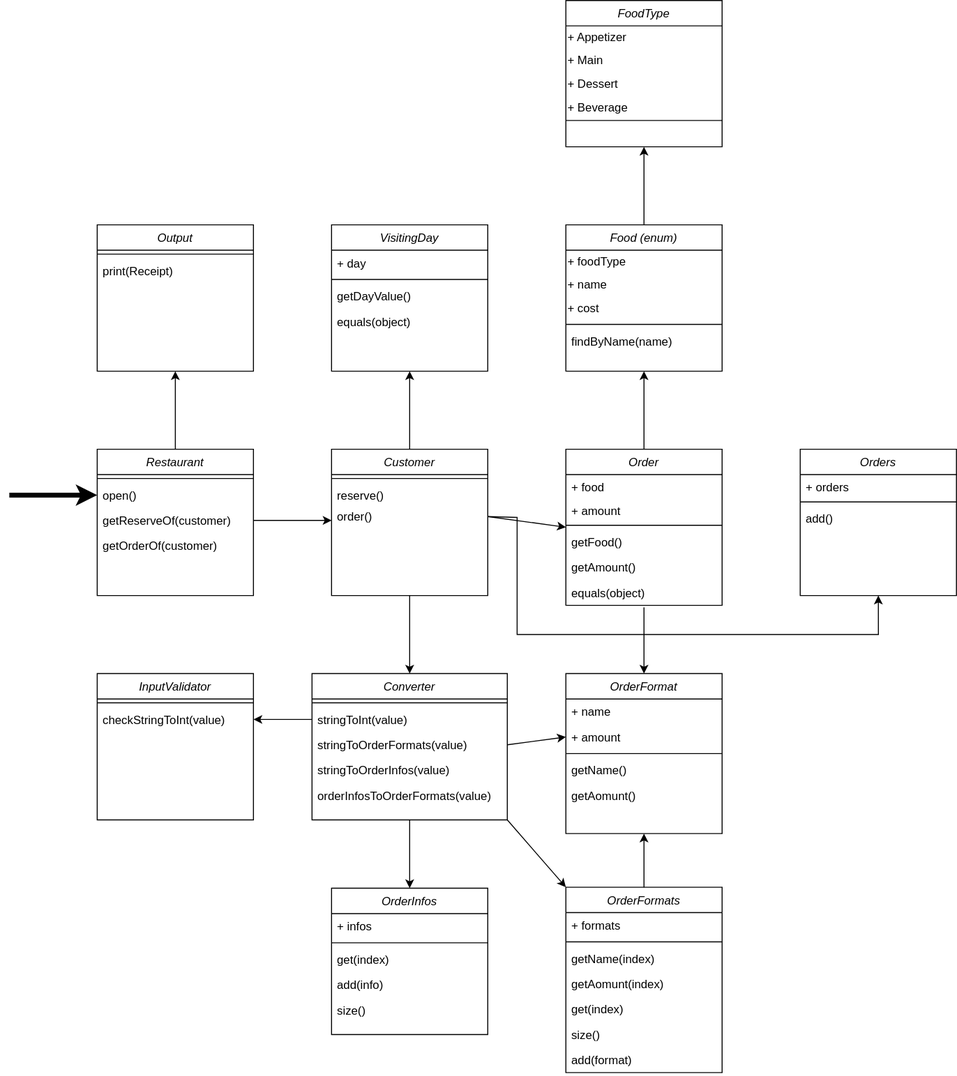
kchsoft/java-christmas-6-kchsoft keeps this draw.io diagram as docs/ClassDiagram_Customer.svg. Above is the earlier version. Source tidied: cells renumbered, new cells last; positions are measured from the earlier drawing's top-left corner, leaving out a move shared by most shapes.
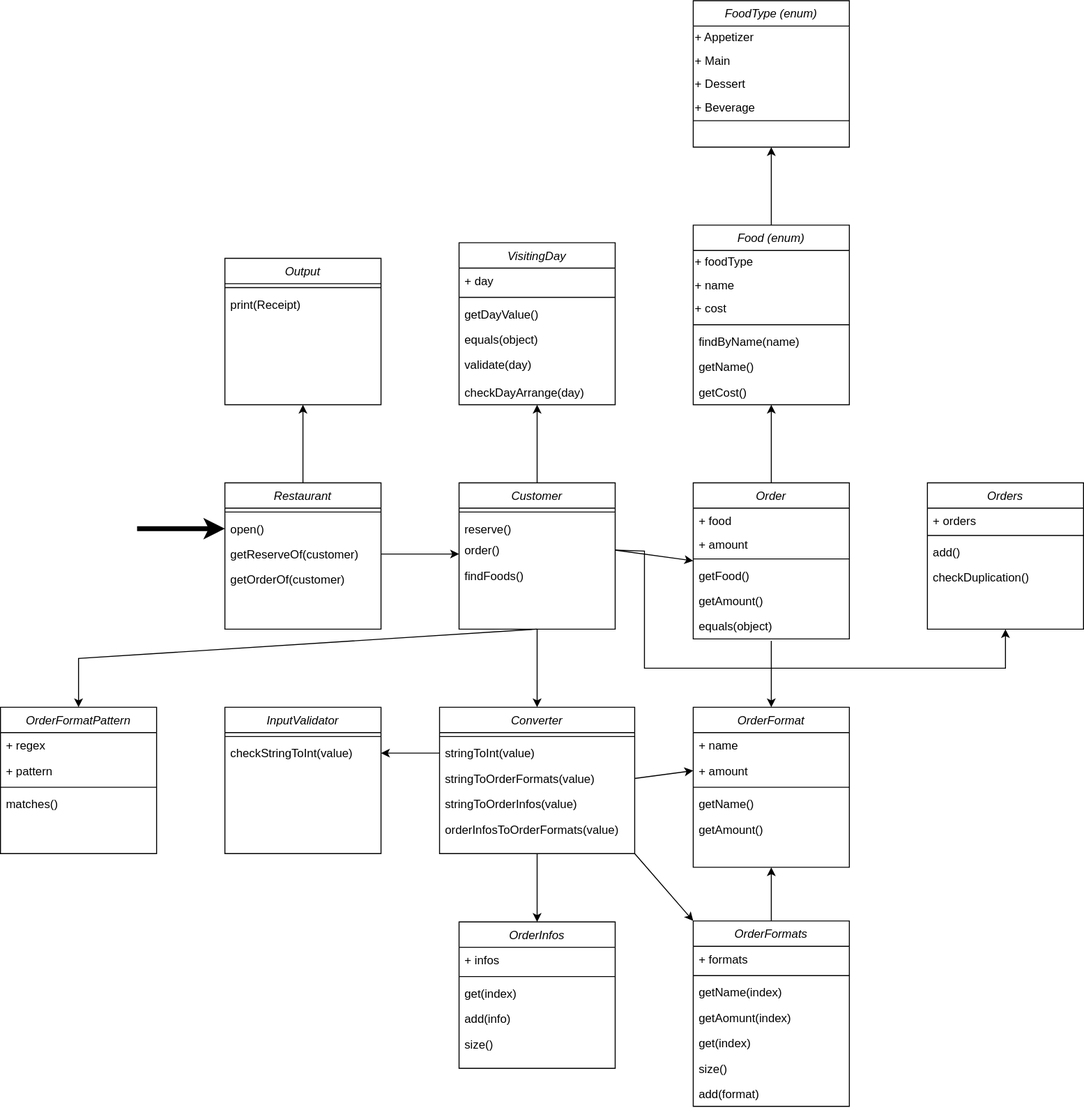
After the commit.

Commit message:
docs(design) : update customer class diagram

- reflect class relationship

Change to the diagram source:
```diff
@@ -39,6 +39,9 @@
     <mxCell id="11" value="order()" style="text;align=left;verticalAlign=top;spacingLeft=4;spacingRight=4;overflow=hidden;points=[[0,0.5],[1,0.5]];portConstraint=eastwest;" parent="8" vertex="1">
       <mxGeometry y="56" width="160" height="26" as="geometry" />
     </mxCell>
+    <mxCell id="86" value="findFoods()" style="text;align=left;verticalAlign=top;spacingLeft=4;spacingRight=4;overflow=hidden;" parent="8" vertex="1">
+      <mxGeometry y="82" width="160" height="26" as="geometry" />
+    </mxCell>
     <mxCell id="12" value="Converter" style="swimlane;fontStyle=2;align=center;verticalAlign=top;horizontal=1;startSize=26;rounded=0;shadow=0;strokeWidth=1;" parent="1" vertex="1">
       <mxGeometry x="310" y="690" width="200" height="150" as="geometry" />
     </mxCell>
@@ -58,7 +61,7 @@
       <mxGeometry y="112" width="200" height="26" as="geometry" />
     </mxCell>
     <mxCell id="18" value="Food (enum)" style="swimlane;fontStyle=2;align=center;verticalAlign=top;horizontal=1;startSize=26;rounded=0;shadow=0;strokeWidth=1;" parent="1" vertex="1">
-      <mxGeometry x="570" y="230" width="160" height="150" as="geometry" />
+      <mxGeometry x="570" y="196" width="160" height="184" as="geometry" />
     </mxCell>
     <mxCell id="19" value="+ foodType" style="text;html=1;align=left;verticalAlign=middle;whiteSpace=wrap;rounded=0;" parent="18" vertex="1">
       <mxGeometry y="26" width="160" height="24" as="geometry" />
@@ -75,8 +78,14 @@
     <mxCell id="23" value="findByName(name)" style="text;align=left;verticalAlign=top;spacingLeft=4;spacingRight=4;overflow=hidden;" parent="18" vertex="1">
       <mxGeometry y="106" width="160" height="26" as="geometry" />
     </mxCell>
+    <mxCell id="87" value="getName()" style="text;align=left;verticalAlign=top;spacingLeft=4;spacingRight=4;overflow=hidden;" parent="18" vertex="1">
+      <mxGeometry y="132" width="160" height="26" as="geometry" />
+    </mxCell>
+    <mxCell id="88" value="getCost()" style="text;align=left;verticalAlign=top;spacingLeft=4;spacingRight=4;overflow=hidden;" parent="18" vertex="1">
+      <mxGeometry y="158" width="160" height="26" as="geometry" />
+    </mxCell>
-    <mxCell id="24" value="FoodType" style="swimlane;fontStyle=2;align=center;verticalAlign=top;horizontal=1;startSize=26;rounded=0;shadow=0;strokeWidth=1;" parent="1" vertex="1">
-      <mxGeometry x="570" width="160" height="150" as="geometry" />
+    <mxCell id="24" value="FoodType (enum)" style="swimlane;fontStyle=2;align=center;verticalAlign=top;horizontal=1;startSize=26;rounded=0;shadow=0;strokeWidth=1;" parent="1" vertex="1">
+      <mxGeometry x="570" y="-34" width="160" height="150" as="geometry" />
     </mxCell>
     <mxCell id="25" value="+ Appetizer" style="text;html=1;align=left;verticalAlign=middle;whiteSpace=wrap;rounded=0;" parent="24" vertex="1">
       <mxGeometry y="26" width="160" height="24" as="geometry" />
@@ -119,8 +128,10 @@
         <mxPoint x="330" y="533" as="targetPoint" />
       </mxGeometry>
     </mxCell>
-    <mxCell id="38" style="endArrow=classic;html=1;rounded=0;exitX=0.5;exitY=1;exitDx=0;exitDy=0;entryX=0.5;entryY=0;entryDx=0;entryDy=0;" parent="1" edge="1" source="8" target="12">
-      <mxGeometry relative="1" as="geometry" />
+    <mxCell id="38" style="endArrow=classic;html=1;rounded=0;entryX=0.5;entryY=0;entryDx=0;entryDy=0;" parent="1" edge="1" target="12">
+      <mxGeometry relative="1" as="geometry">
+        <mxPoint x="410" y="610" as="sourcePoint" />
+      </mxGeometry>
     </mxCell>
     <mxCell id="39" style="endArrow=classic;html=1;rounded=0;entryX=0.5;entryY=1;entryDx=0;entryDy=0;exitX=0.5;exitY=0;exitDx=0;exitDy=0;" parent="1" edge="1" source="18" target="24">
       <mxGeometry relative="1" as="geometry" />
@@ -149,6 +160,9 @@
     <mxCell id="47" value="add()" style="text;align=left;verticalAlign=top;spacingLeft=4;spacingRight=4;overflow=hidden;" parent="44" vertex="1">
       <mxGeometry y="58" width="160" height="26" as="geometry" />
     </mxCell>
+    <mxCell id="89" value="checkDuplication()" style="text;align=left;verticalAlign=top;spacingLeft=4;spacingRight=4;overflow=hidden;" parent="44" vertex="1">
+      <mxGeometry y="84" width="160" height="26" as="geometry" />
+    </mxCell>
     <mxCell id="48" value="InputValidator" style="swimlane;fontStyle=2;align=center;verticalAlign=top;horizontal=1;startSize=26;rounded=0;shadow=0;strokeWidth=1;" parent="1" vertex="1">
       <mxGeometry x="90" y="690" width="160" height="150" as="geometry" />
     </mxCell>
@@ -191,7 +205,7 @@
     <mxCell id="61" value="getName()" style="text;align=left;verticalAlign=top;spacingLeft=4;spacingRight=4;overflow=hidden;" parent="57" vertex="1">
       <mxGeometry y="86" width="160" height="26" as="geometry" />
     </mxCell>
-    <mxCell id="62" value="getAomunt()" style="text;align=left;verticalAlign=top;spacingLeft=4;spacingRight=4;overflow=hidden;" parent="57" vertex="1">
+    <mxCell id="62" value="getAmount()" style="text;align=left;verticalAlign=top;spacingLeft=4;spacingRight=4;overflow=hidden;" parent="57" vertex="1">
       <mxGeometry y="112" width="160" height="26" as="geometry" />
     </mxCell>
     <mxCell id="63" value="OrderFormats" style="swimlane;fontStyle=2;align=center;verticalAlign=top;horizontal=1;startSize=26;rounded=0;shadow=0;strokeWidth=1;" parent="1" vertex="1">
@@ -219,7 +233,7 @@
       <mxGeometry y="164" width="160" height="26" as="geometry" />
     </mxCell>
     <mxCell id="71" value="VisitingDay" style="swimlane;fontStyle=2;align=center;verticalAlign=top;horizontal=1;startSize=26;rounded=0;shadow=0;strokeWidth=1;" parent="1" vertex="1">
-      <mxGeometry x="330" y="230" width="160" height="150" as="geometry" />
+      <mxGeometry x="330" y="214" width="160" height="166" as="geometry" />
     </mxCell>
     <mxCell id="72" value="+ day" style="text;align=left;verticalAlign=top;spacingLeft=4;spacingRight=4;overflow=hidden;" parent="71" vertex="1">
       <mxGeometry y="26" width="160" height="26" as="geometry" />
@@ -233,6 +247,12 @@
     <mxCell id="75" value="equals(object)" style="text;align=left;verticalAlign=top;spacingLeft=4;spacingRight=4;overflow=hidden;" parent="71" vertex="1">
       <mxGeometry y="86" width="160" height="26" as="geometry" />
     </mxCell>
+    <mxCell id="90" value="validate(day)" style="text;align=left;verticalAlign=top;spacingLeft=4;spacingRight=4;overflow=hidden;" parent="71" vertex="1">
+      <mxGeometry y="112" width="160" height="28" as="geometry" />
+    </mxCell>
+    <mxCell id="91" value="checkDayArrange(day)" style="text;align=left;verticalAlign=top;spacingLeft=4;spacingRight=4;overflow=hidden;" parent="71" vertex="1">
+      <mxGeometry y="140" width="160" height="26" as="geometry" />
+    </mxCell>
     <mxCell id="76" style="endArrow=classic;html=1;rounded=0;entryX=0.5;entryY=1;entryDx=0;entryDy=0;exitX=0.5;exitY=0;exitDx=0;exitDy=0;" parent="1" edge="1" source="8" target="71">
       <mxGeometry relative="1" as="geometry" />
     </mxCell>
@@ -267,5 +287,27 @@
     <mxCell id="85" style="endArrow=classic;html=1;rounded=0;entryX=0.5;entryY=1;entryDx=0;entryDy=0;exitX=0.5;exitY=0;exitDx=0;exitDy=0;" parent="1" edge="1" source="30" target="18">
       <mxGeometry relative="1" as="geometry" />
     </mxCell>
+    <mxCell id="92" value="OrderFormatPattern" style="swimlane;fontStyle=2;align=center;verticalAlign=top;horizontal=1;startSize=26;rounded=0;shadow=0;strokeWidth=1;" parent="1" vertex="1">
+      <mxGeometry x="-140" y="690" width="160" height="150" as="geometry" />
+    </mxCell>
+    <mxCell id="93" value="+ regex" style="text;align=left;verticalAlign=top;spacingLeft=4;spacingRight=4;overflow=hidden;" parent="92" vertex="1">
+      <mxGeometry y="26" width="160" height="26" as="geometry" />
+    </mxCell>
+    <mxCell id="94" value="+ pattern" style="text;align=left;verticalAlign=top;spacingLeft=4;spacingRight=4;overflow=hidden;" parent="92" vertex="1">
+      <mxGeometry y="52" width="160" height="26" as="geometry" />
+    </mxCell>
+    <mxCell id="95" style="line;html=1;strokeWidth=1;align=left;verticalAlign=middle;spacingTop=-1;spacingLeft=3;spacingRight=3;labelPosition=right;" parent="92" vertex="1">
+      <mxGeometry y="78" width="160" height="8" as="geometry" />
+    </mxCell>
+    <mxCell id="96" value="matches()" style="text;align=left;verticalAlign=top;spacingLeft=4;spacingRight=4;overflow=hidden;" parent="92" vertex="1">
+      <mxGeometry y="86" width="160" height="26" as="geometry" />
+    </mxCell>
+    <mxCell id="97" style="endArrow=classic;html=1;rounded=0;entryX=0.5;entryY=0;entryDx=0;entryDy=0;exitX=0.5;exitY=1;exitDx=0;exitDy=0;" parent="1" edge="1" source="8" target="92">
+      <mxGeometry relative="1" as="geometry">
+        <Array as="points">
+          <mxPoint x="-60" y="640" />
+        </Array>
+      </mxGeometry>
+    </mxCell>
   </root>
 </mxGraphModel>
```
